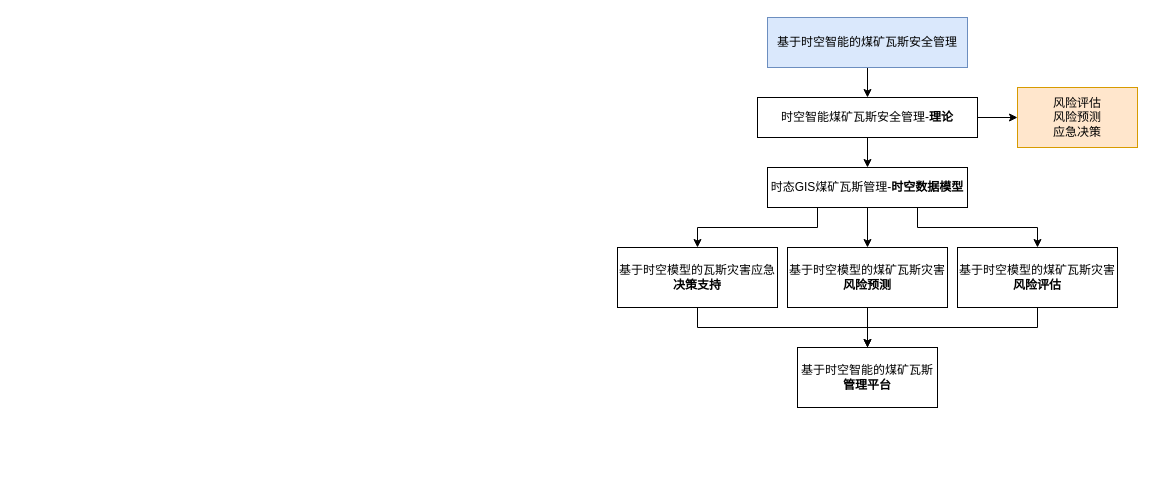
This is Untitled Diagram2.drawio from wangxue1990/P2PMapping, a draw.io file, before an edit. Source tidied: cells renumbered, new cells numbered last; positions are measured from the earlier drawing's top-left corner, leaving out a move shared by most shapes. Both pictures are drawn from the tidied source at 100%, with x=0, y=0 at pixel (617, 17).
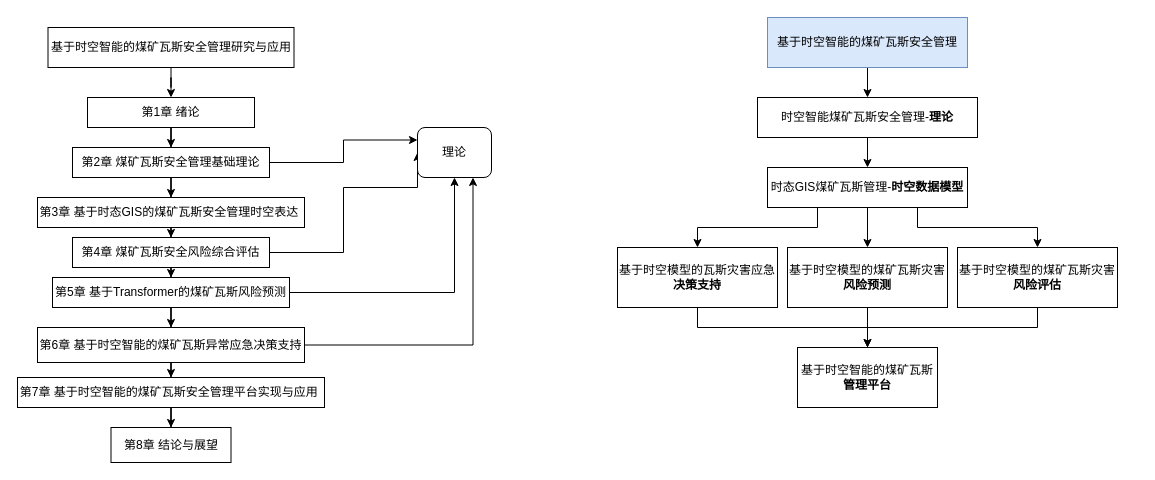
The same page after the edit.

Commit message:
基于时空智能的煤矿瓦斯安全管理研究与应用

Unchanged cells that the change refers to:
```xml
<mxCell id="6" value="时空智能煤矿瓦斯安全管理-&lt;b&gt;理论&lt;/b&gt;" style="whiteSpace=wrap;html=1;rounded=0;" parent="1" vertex="1">
  <mxGeometry x="140" y="80" width="220" height="40" as="geometry" />
</mxCell>
```

Diff of the diagram source:
```diff
@@
-    <mxCell id="4" style="edgeStyle=orthogonalEdgeStyle;rounded=0;jettySize=auto;html=1;" parent="1" edge="1" source="6" target="18">
-      <mxGeometry relative="1" as="geometry" />
-    </mxCell>
@@
-    <mxCell id="18" value="风险评估&lt;br&gt;风险预测&lt;br&gt;应急决策" style="whiteSpace=wrap;html=1;rounded=0;fillColor=#ffe6cc;strokeColor=#d79b00;" parent="1" vertex="1">
-      <mxGeometry x="400" y="70" width="120" height="60" as="geometry" />
-    </mxCell>
+    <mxCell id="19" style="edgeStyle=orthogonalEdgeStyle;rounded=0;jettySize=auto;html=1;" parent="1" edge="1" source="20" target="22">
+      <mxGeometry relative="1" as="geometry" />
+    </mxCell>
+    <mxCell id="20" value="基于时空智能的煤矿瓦斯安全管理研究与应用" style="rounded=0;whiteSpace=wrap;html=1;" parent="1" vertex="1">
+      <mxGeometry x="-569.5" y="10" width="246" height="40" as="geometry" />
+    </mxCell>
+    <mxCell id="21" style="edgeStyle=orthogonalEdgeStyle;rounded=0;jettySize=auto;html=1;" parent="1" edge="1" source="22" target="25">
+      <mxGeometry relative="1" as="geometry" />
+    </mxCell>
+    <mxCell id="22" value="第1章 绪论" style="whiteSpace=wrap;html=1;rounded=0;" parent="1" vertex="1">
+      <mxGeometry x="-530" y="80" width="167" height="30" as="geometry" />
+    </mxCell>
+    <mxCell id="23" style="edgeStyle=orthogonalEdgeStyle;rounded=0;jettySize=auto;html=1;" parent="1" edge="1" source="25" target="27">
+      <mxGeometry relative="1" as="geometry" />
+    </mxCell>
+    <mxCell id="24" style="edgeStyle=orthogonalEdgeStyle;rounded=0;jettySize=auto;html=1;exitX=1;exitY=0.5;exitDx=0;exitDy=0;entryX=0;entryY=0.25;entryDx=0;entryDy=0;" parent="1" edge="1" source="25" target="40">
+      <mxGeometry relative="1" as="geometry" />
+    </mxCell>
+    <mxCell id="25" value="第2章&lt;span&gt; &lt;/span&gt;煤矿瓦斯安全管理基础理论" style="whiteSpace=wrap;html=1;rounded=0;" parent="1" vertex="1">
+      <mxGeometry x="-545" y="130" width="197" height="30" as="geometry" />
+    </mxCell>
+    <mxCell id="26" style="edgeStyle=orthogonalEdgeStyle;rounded=0;jettySize=auto;html=1;" parent="1" edge="1" source="27" target="30">
+      <mxGeometry relative="1" as="geometry" />
+    </mxCell>
+    <mxCell id="27" value="第3章&lt;span&gt; &lt;/span&gt;基于时态GIS的煤矿瓦斯安全管理时空表达&amp;nbsp;" style="whiteSpace=wrap;html=1;rounded=0;" parent="1" vertex="1">
+      <mxGeometry x="-580" y="180" width="267" height="30" as="geometry" />
+    </mxCell>
+    <mxCell id="28" style="edgeStyle=orthogonalEdgeStyle;rounded=0;jettySize=auto;html=1;" parent="1" edge="1" source="30" target="33">
+      <mxGeometry relative="1" as="geometry" />
+    </mxCell>
+    <mxCell id="29" style="edgeStyle=orthogonalEdgeStyle;rounded=0;jettySize=auto;html=1;exitX=1;exitY=0.5;exitDx=0;exitDy=0;entryX=0;entryY=0.5;entryDx=0;entryDy=0;" parent="1" edge="1" source="30" target="40">
+      <mxGeometry relative="1" as="geometry">
+        <Array as="points">
+          <mxPoint x="-274" y="235" />
+          <mxPoint x="-274" y="170" />
+          <mxPoint x="-200" y="170" />
+        </Array>
+      </mxGeometry>
+    </mxCell>
+    <mxCell id="30" value="第4章&lt;span&gt; &lt;/span&gt;煤矿瓦斯安全风险综合评估" style="whiteSpace=wrap;html=1;rounded=0;" parent="1" vertex="1">
+      <mxGeometry x="-545" y="220" width="197" height="30" as="geometry" />
+    </mxCell>
+    <mxCell id="31" style="edgeStyle=orthogonalEdgeStyle;rounded=0;jettySize=auto;html=1;" parent="1" edge="1" source="33" target="36">
+      <mxGeometry relative="1" as="geometry" />
+    </mxCell>
+    <mxCell id="32" style="edgeStyle=orthogonalEdgeStyle;rounded=0;jettySize=auto;html=1;exitX=1;exitY=0.5;exitDx=0;exitDy=0;" parent="1" edge="1" source="33" target="40">
+      <mxGeometry relative="1" as="geometry" />
+    </mxCell>
+    <mxCell id="33" value="第5章&lt;span&gt; &lt;/span&gt;基于Transformer的煤矿瓦斯风险预测" style="whiteSpace=wrap;html=1;rounded=0;" parent="1" vertex="1">
+      <mxGeometry x="-565" y="260" width="237" height="30" as="geometry" />
+    </mxCell>
+    <mxCell id="34" style="edgeStyle=orthogonalEdgeStyle;rounded=0;jettySize=auto;html=1;" parent="1" edge="1" source="36" target="38">
+      <mxGeometry relative="1" as="geometry" />
+    </mxCell>
+    <mxCell id="35" style="edgeStyle=orthogonalEdgeStyle;rounded=0;jettySize=auto;html=1;exitX=1;exitY=0.5;exitDx=0;exitDy=0;entryX=0.75;entryY=1;entryDx=0;entryDy=0;" parent="1" edge="1" source="36" target="40">
+      <mxGeometry relative="1" as="geometry" />
+    </mxCell>
+    <mxCell id="36" value="第6章&lt;span&gt; &lt;/span&gt;基于时空智能的煤矿瓦斯异常应急决策支持" style="whiteSpace=wrap;html=1;rounded=0;" parent="1" vertex="1">
+      <mxGeometry x="-580" y="310" width="267" height="35" as="geometry" />
+    </mxCell>
+    <mxCell id="37" style="edgeStyle=orthogonalEdgeStyle;rounded=0;jettySize=auto;html=1;" parent="1" edge="1" source="38" target="39">
+      <mxGeometry relative="1" as="geometry" />
+    </mxCell>
+    <mxCell id="38" value="第7章&lt;span&gt; &lt;/span&gt;基于时空智能的煤矿瓦斯安全管理平台实现与应用&amp;nbsp;" style="whiteSpace=wrap;html=1;rounded=0;" parent="1" vertex="1">
+      <mxGeometry x="-600" y="360" width="307" height="30" as="geometry" />
+    </mxCell>
+    <mxCell id="39" value="第8章&lt;span&gt; &lt;/span&gt;结论与展望" style="whiteSpace=wrap;html=1;rounded=0;" parent="1" vertex="1">
+      <mxGeometry x="-506.5" y="410" width="120" height="35" as="geometry" />
+    </mxCell>
+    <mxCell id="40" value="理论" style="rounded=1;whiteSpace=wrap;html=1;" parent="1" vertex="1">
+      <mxGeometry x="-200" y="110" width="74" height="50" as="geometry" />
+    </mxCell>
```
